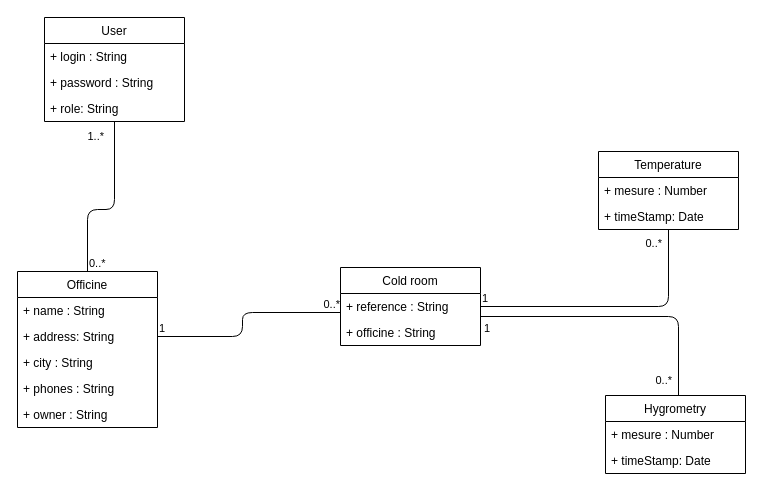
Before: _projet/ECF_ColdRoom_DiagrammeClasse.drawio in youamzak/ecf-cold-room, a draw.io diagram. Source tidied: cells renumbered, new cells numbered last; positions are measured from the earlier drawing's top-left corner, leaving out a move shared by most shapes. Both pictures are drawn from the tidied source at 100%, with x=0, y=0 at pixel (17, 17).
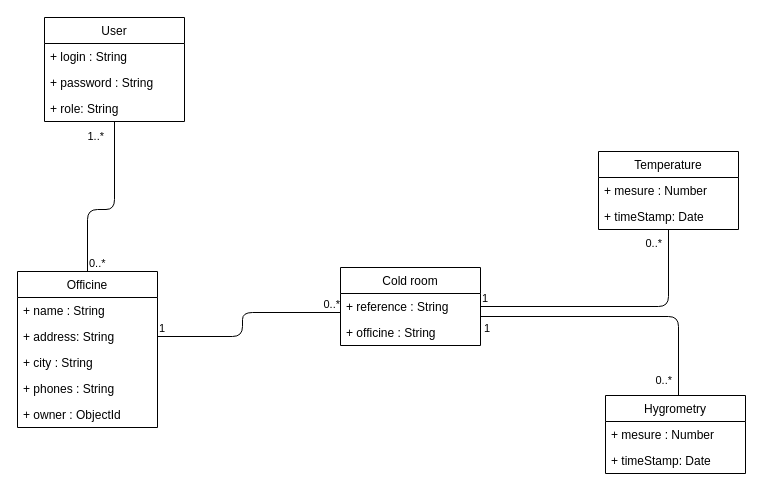
Above is the later version.

Commit message (it also covers changes not shown here):
back : cold room model

The change refers to these unchanged cells:
```xml
<mxCell id="6" value="Officine" style="swimlane;fontStyle=0;horizontal=1;startSize=26;fillColor=none;hachureGap=4;" parent="1" vertex="1">
  <mxGeometry y="254" width="140" height="156" as="geometry" />
</mxCell>
```

Change to the diagram source:
```diff
@@
-    <mxCell id="11" value="+ owner : String" style="text;strokeColor=none;fillColor=none;align=left;verticalAlign=top;spacingLeft=4;spacingRight=4;overflow=hidden;" parent="6" vertex="1">
+    <mxCell id="11" value="+ owner : ObjectId" style="text;strokeColor=none;fillColor=none;align=left;verticalAlign=top;spacingLeft=4;spacingRight=4;overflow=hidden;" parent="6" vertex="1">
       <mxGeometry y="130" width="140" height="26" as="geometry" />
     </mxCell>
```
